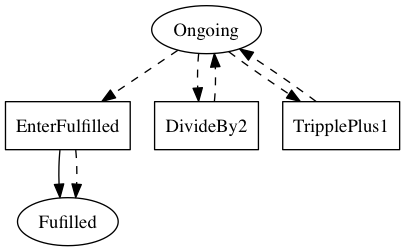
Above: linear_state_machine_language/pyL4/examples/out_graphviz/toy_and_teaching/collatz.png in Marcao02/complaw-deeptech (Graphviz), before the change. Its source is kept beside it as linear_state_machine_language/pyL4/examples/out_graphviz/toy_and_teaching/collatz.dot. The source it was exported from:
```dot

digraph Collatz {
    Fulfilled[label=Fufilled];
    Ongoing[label=Ongoing]

    EnterFulfilled[label=EnterFufilled,shape=box];
    DivideBy2[label=DivideBy2,shape=box];
	TripplePlus1[label=TripplePlus1,shape=box];
	EnterFulfilled[label=EnterFulfilled,shape=box]

    EnterFulfilled -> Fulfilled;

    Ongoing -> EnterFulfilled [style=dashed];
	Ongoing -> DivideBy2 [style=dashed];
	Ongoing -> TripplePlus1 [style=dashed]

    DivideBy2 -> Ongoing [style=dashed];
	TripplePlus1 -> Ongoing [style=dashed];
	EnterFulfilled -> Fulfilled [style=dashed];



}
```
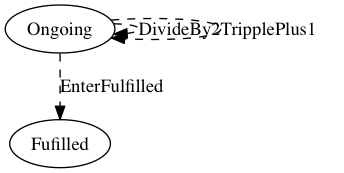
The same diagram one commit later.

Change to the diagram source:
```diff
@@ -3,21 +3,16 @@
     Fulfilled[label=Fufilled];
     Ongoing[label=Ongoing]
 
-    EnterFulfilled[label=EnterFufilled,shape=box];
-    DivideBy2[label=DivideBy2,shape=box];
-	TripplePlus1[label=TripplePlus1,shape=box];
-	EnterFulfilled[label=EnterFulfilled,shape=box]
-
-    EnterFulfilled -> Fulfilled;
-
-    Ongoing -> EnterFulfilled [style=dashed];
-	Ongoing -> DivideBy2 [style=dashed];
-	Ongoing -> TripplePlus1 [style=dashed]
-
-    DivideBy2 -> Ongoing [style=dashed];
-	TripplePlus1 -> Ongoing [style=dashed];
-	EnterFulfilled -> Fulfilled [style=dashed];
 
 
 
+
+
+
+    Ongoing -> Fulfilled [style=dashed,label=EnterFulfilled];
+
+
+    Ongoing -> Ongoing [style=dashed,label=DivideBy2];
+	Ongoing -> Ongoing [style=dashed,label=TripplePlus1];
+
 }
```
